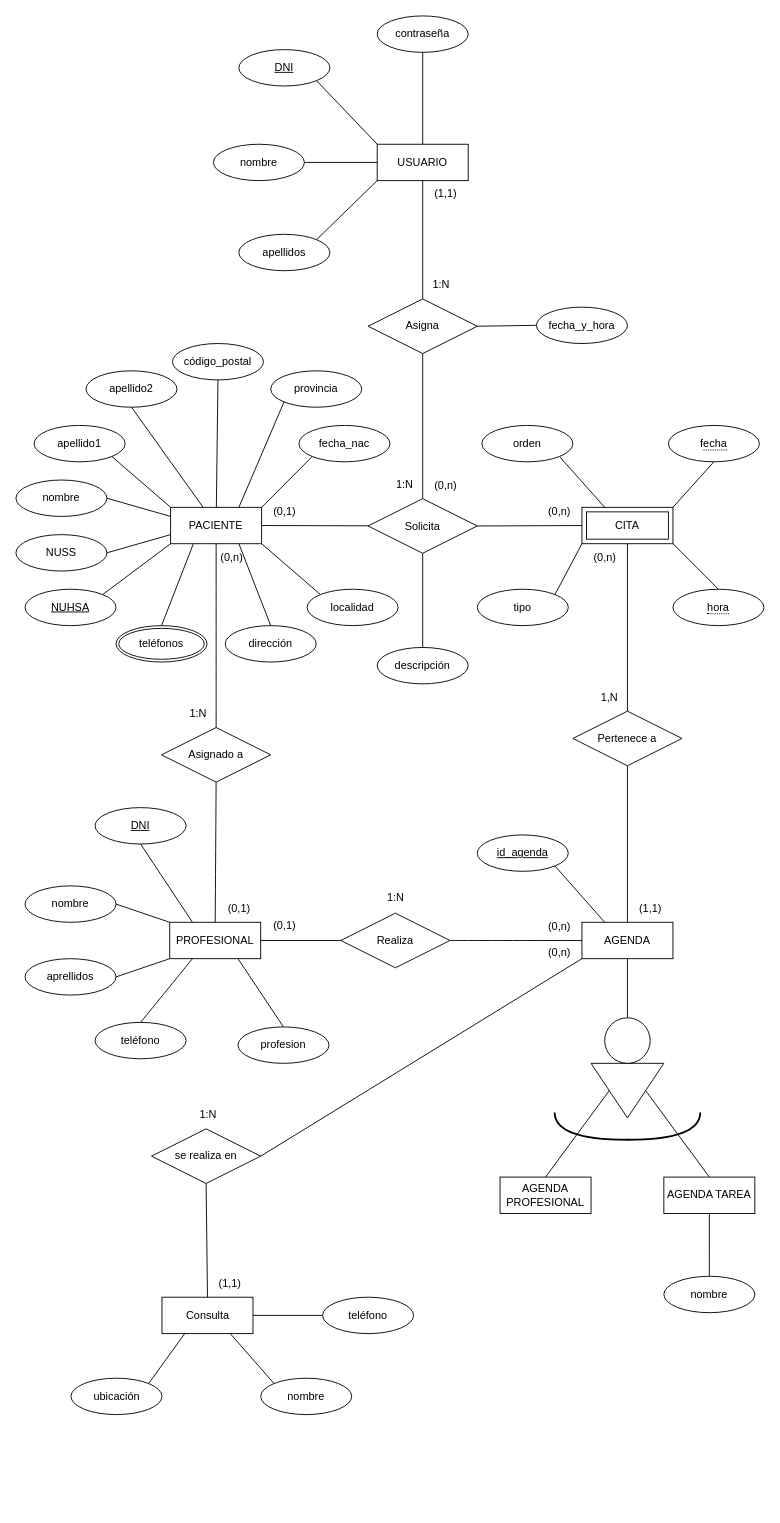
Before: CitasAP_ER2.drawio in mariopr25/CitasAP-ER, a draw.io diagram. Source tidied: cells renumbered, new cells numbered last; positions are measured from the earlier drawing's top-left corner, leaving out a move shared by most shapes. Both pictures are drawn from the tidied source at 91%, with x=0, y=0 at pixel (15, 15).
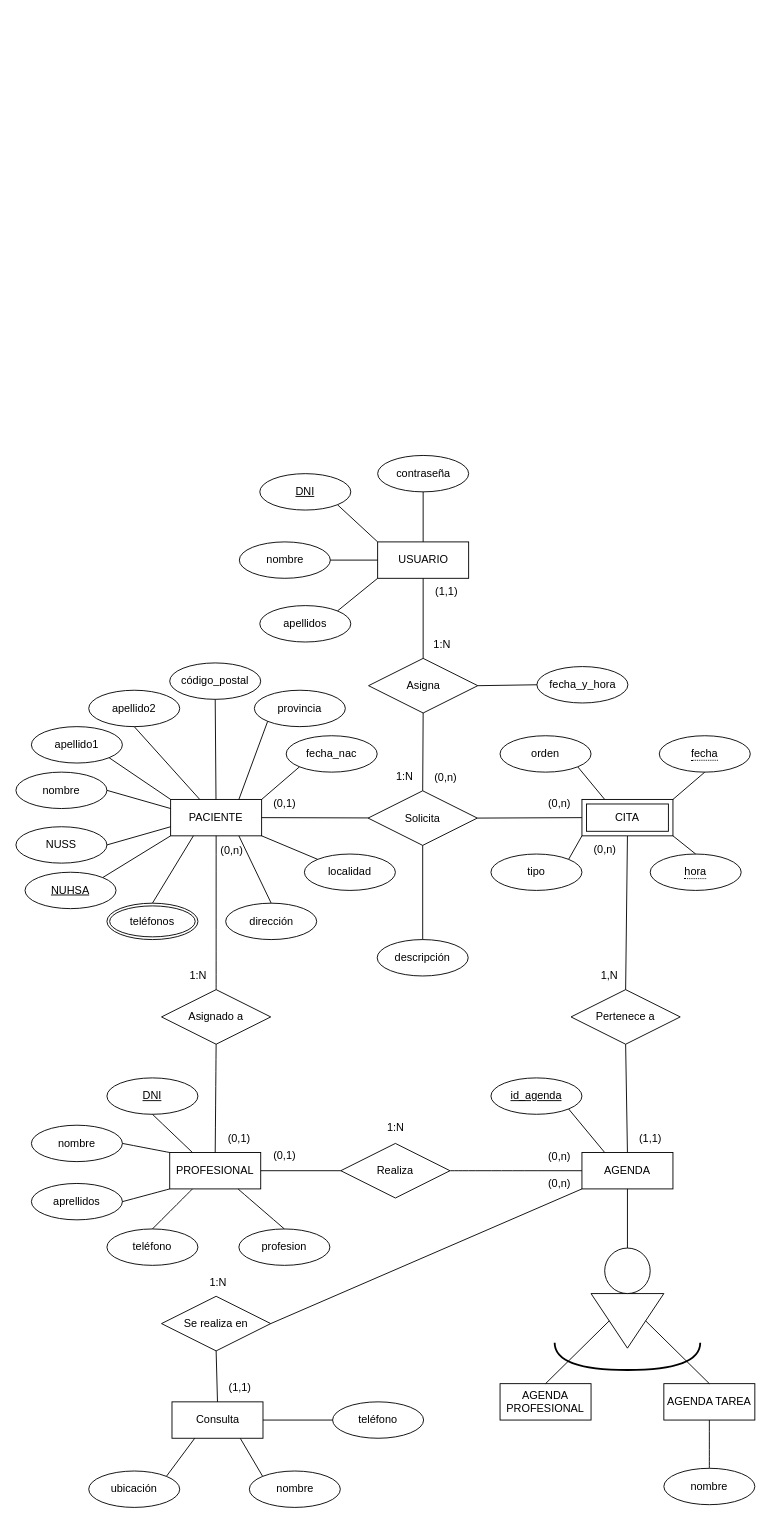
After the change.

Commit message:
Ajustado tamaño para que quepa en A4

What changed in the source:
```diff
@@
     <mxCell id="2" value="PACIENTE" style="whiteSpace=wrap;html=1;align=center;" parent="1" vertex="1">
-      <mxGeometry x="170" y="540" width="100" height="40" as="geometry" />
+      <mxGeometry x="170" y="861" width="100" height="40" as="geometry" />
     </mxCell>
     <mxCell id="3" value="&lt;div&gt;Solicita&lt;/div&gt;" style="shape=rhombus;perimeter=rhombusPerimeter;whiteSpace=wrap;html=1;align=center;" parent="1" vertex="1">
-      <mxGeometry x="387" y="530.5" width="120" height="60" as="geometry" />
+      <mxGeometry x="387" y="851.5" width="120" height="60" as="geometry" />
     </mxCell>
@@
     <mxCell id="6" value="&lt;div&gt;descripción&lt;/div&gt;" style="ellipse;whiteSpace=wrap;html=1;align=center;" parent="1" vertex="1">
-      <mxGeometry x="397" y="694" width="100" height="40" as="geometry" />
+      <mxGeometry x="397" y="1015" width="100" height="40" as="geometry" />
     </mxCell>
@@
     <mxCell id="8" value="(0,1)" style="text;html=1;align=center;verticalAlign=middle;strokeColor=none;fillColor=none;" parent="1" vertex="1">
-      <mxGeometry x="270" y="530" width="50" height="30" as="geometry" />
+      <mxGeometry x="270" y="851" width="50" height="30" as="geometry" />
     </mxCell>
     <mxCell id="9" value="(0,n)" style="text;html=1;align=center;verticalAlign=middle;strokeColor=none;fillColor=none;" parent="1" vertex="1">
-      <mxGeometry x="572" y="530" width="50" height="30" as="geometry" />
+      <mxGeometry x="572" y="851" width="50" height="30" as="geometry" />
     </mxCell>
     <mxCell id="10" value="1:N" style="text;html=1;align=center;verticalAlign=middle;strokeColor=none;fillColor=none;" parent="1" vertex="1">
-      <mxGeometry x="407" y="500" width="40" height="30" as="geometry" />
+      <mxGeometry x="407" y="821" width="40" height="30" as="geometry" />
     </mxCell>
     <mxCell id="11" value="Pertenece a" style="shape=rhombus;perimeter=rhombusPerimeter;whiteSpace=wrap;html=1;align=center;direction=west;" parent="1" vertex="1">
-      <mxGeometry x="612" y="764" width="120" height="60" as="geometry" />
+      <mxGeometry x="610" y="1070" width="120" height="60" as="geometry" />
     </mxCell>
@@
     <mxCell id="14" value="&lt;div&gt;NUHSA&lt;/div&gt;" style="ellipse;whiteSpace=wrap;html=1;align=center;fontStyle=4;" parent="1" vertex="1">
-      <mxGeometry x="10" y="630" width="100" height="40" as="geometry" />
+      <mxGeometry x="10" y="941" width="100" height="40" as="geometry" />
     </mxCell>
     <mxCell id="15" value="&lt;div&gt;NUSS&lt;/div&gt;" style="ellipse;whiteSpace=wrap;html=1;align=center;" parent="1" vertex="1">
-      <mxGeometry y="570" width="100" height="40" as="geometry" />
+      <mxGeometry y="891" width="100" height="40" as="geometry" />
     </mxCell>
@@
     <mxCell id="17" style="endArrow=none;html=1;rounded=0;exitX=1;exitY=0.5;exitDx=0;exitDy=0;" parent="1" edge="1" source="15">
       <mxGeometry relative="1" as="geometry">
-        <mxPoint x="170" y="570" as="targetPoint" />
+        <mxPoint x="170" y="891" as="targetPoint" />
       </mxGeometry>
     </mxCell>
     <mxCell id="18" value="nombre" style="ellipse;whiteSpace=wrap;html=1;align=center;" parent="1" vertex="1">
-      <mxGeometry y="510" width="100" height="40" as="geometry" />
+      <mxGeometry y="831" width="100" height="40" as="geometry" />
     </mxCell>
     <mxCell id="19" value="apellido1" style="ellipse;whiteSpace=wrap;html=1;align=center;" parent="1" vertex="1">
-      <mxGeometry x="20" y="450" width="100" height="40" as="geometry" />
+      <mxGeometry x="17" y="781" width="100" height="40" as="geometry" />
     </mxCell>
     <mxCell id="20" value="&lt;div&gt;apellido2&lt;/div&gt;" style="ellipse;whiteSpace=wrap;html=1;align=center;" parent="1" vertex="1">
-      <mxGeometry x="77" y="390" width="100" height="40" as="geometry" />
+      <mxGeometry x="80" y="741" width="100" height="40" as="geometry" />
     </mxCell>
     <mxCell id="21" style="endArrow=none;html=1;rounded=0;exitX=1;exitY=0.5;exitDx=0;exitDy=0;" parent="1" edge="1" source="18">
       <mxGeometry relative="1" as="geometry">
-        <mxPoint x="170" y="550" as="targetPoint" />
+        <mxPoint x="170" y="871" as="targetPoint" />
       </mxGeometry>
     </mxCell>
@@
     <mxCell id="24" value="teléfonos" style="ellipse;shape=doubleEllipse;margin=3;whiteSpace=wrap;html=1;align=center;" parent="1" vertex="1">
-      <mxGeometry x="110" y="670" width="100" height="40" as="geometry" />
+      <mxGeometry x="100" y="975" width="100" height="40" as="geometry" />
     </mxCell>
@@
     <mxCell id="26" value="dirección" style="ellipse;whiteSpace=wrap;html=1;align=center;" parent="1" vertex="1">
-      <mxGeometry x="230" y="670" width="100" height="40" as="geometry" />
+      <mxGeometry x="230.5" y="975" width="100" height="40" as="geometry" />
     </mxCell>
     <mxCell id="27" value="código_postal" style="ellipse;whiteSpace=wrap;html=1;align=center;" parent="1" vertex="1">
-      <mxGeometry x="172" y="360" width="100" height="40" as="geometry" />
+      <mxGeometry x="169" y="711" width="100" height="40" as="geometry" />
     </mxCell>
     <mxCell id="28" value="&lt;div&gt;localidad&lt;/div&gt;" style="ellipse;whiteSpace=wrap;html=1;align=center;" parent="1" vertex="1">
-      <mxGeometry x="320" y="630" width="100" height="40" as="geometry" />
+      <mxGeometry x="317" y="921" width="100" height="40" as="geometry" />
     </mxCell>
     <mxCell id="29" value="provincia" style="ellipse;whiteSpace=wrap;html=1;align=center;" parent="1" vertex="1">
-      <mxGeometry x="280" y="390" width="100" height="40" as="geometry" />
+      <mxGeometry x="262" y="741" width="100" height="40" as="geometry" />
     </mxCell>
@@
     <mxCell id="34" value="tipo" style="ellipse;whiteSpace=wrap;html=1;align=center;direction=west;" parent="1" vertex="1">
-      <mxGeometry x="507" y="630" width="100" height="40" as="geometry" />
+      <mxGeometry x="522" y="921" width="100" height="40" as="geometry" />
     </mxCell>
     <mxCell id="35" value="&lt;span style=&quot;border-bottom: 1px dotted&quot;&gt;hora&lt;/span&gt;" style="ellipse;whiteSpace=wrap;html=1;align=center;" parent="1" vertex="1">
-      <mxGeometry x="722" y="630" width="100" height="40" as="geometry" />
+      <mxGeometry x="697" y="921" width="100" height="40" as="geometry" />
     </mxCell>
     <mxCell id="36" value="CITA" style="shape=ext;margin=3;double=1;whiteSpace=wrap;html=1;align=center;" parent="1" vertex="1">
-      <mxGeometry x="622" y="540" width="100" height="40" as="geometry" />
+      <mxGeometry x="622" y="861" width="100" height="40" as="geometry" />
     </mxCell>
     <mxCell id="37" value="&lt;div&gt;AGENDA&lt;/div&gt;" style="whiteSpace=wrap;html=1;align=center;" parent="1" vertex="1">
-      <mxGeometry x="622" y="996" width="100" height="40" as="geometry" />
+      <mxGeometry x="622" y="1249" width="100" height="40" as="geometry" />
     </mxCell>
     <mxCell id="38" value="(0,n)" style="text;html=1;align=center;verticalAlign=middle;strokeColor=none;fillColor=none;" parent="1" vertex="1">
-      <mxGeometry x="622" y="580" width="50" height="30" as="geometry" />
+      <mxGeometry x="622" y="901" width="50" height="30" as="geometry" />
     </mxCell>
     <mxCell id="39" value="&lt;span style=&quot;border-bottom: 1px dotted&quot;&gt;fecha&lt;/span&gt;" style="ellipse;whiteSpace=wrap;html=1;align=center;" parent="1" vertex="1">
-      <mxGeometry x="717" y="450" width="100" height="40" as="geometry" />
+      <mxGeometry x="707" y="791" width="100" height="40" as="geometry" />
     </mxCell>
@@
     <mxCell id="43" value="1,N" style="text;html=1;align=center;verticalAlign=middle;strokeColor=none;fillColor=none;" parent="1" vertex="1">
-      <mxGeometry x="632" y="734" width="40" height="30" as="geometry" />
+      <mxGeometry x="632" y="1040" width="40" height="30" as="geometry" />
     </mxCell>
@@
     <mxCell id="45" value="orden" style="ellipse;whiteSpace=wrap;html=1;align=center;" parent="1" vertex="1">
-      <mxGeometry x="512" y="450" width="100" height="40" as="geometry" />
+      <mxGeometry x="532" y="791" width="100" height="40" as="geometry" />
     </mxCell>
     <mxCell id="46" value="(1,1)" style="text;html=1;align=center;verticalAlign=middle;strokeColor=none;fillColor=none;" parent="1" vertex="1">
-      <mxGeometry x="672" y="966" width="50" height="30" as="geometry" />
+      <mxGeometry x="672" y="1219" width="50" height="30" as="geometry" />
     </mxCell>
     <mxCell id="47" style="triangle;whiteSpace=wrap;html=1;direction=south;" parent="1" vertex="1">
-      <mxGeometry x="632" y="1151" width="80" height="60" as="geometry" />
+      <mxGeometry x="632" y="1404" width="80" height="60" as="geometry" />
     </mxCell>
@@
     <mxCell id="49" value="AGENDA PROFESIONAL" style="whiteSpace=wrap;html=1;align=center;" parent="1" vertex="1">
-      <mxGeometry x="532" y="1276" width="100" height="40" as="geometry" />
+      <mxGeometry x="532" y="1503" width="100" height="40" as="geometry" />
     </mxCell>
     <mxCell id="50" value="AGENDA TAREA" style="whiteSpace=wrap;html=1;align=center;" parent="1" vertex="1">
-      <mxGeometry x="712" y="1276" width="100" height="40" as="geometry" />
+      <mxGeometry x="712" y="1503" width="100" height="40" as="geometry" />
     </mxCell>
@@
     <mxCell id="53" style="endArrow=none;html=1;rounded=0;edgeStyle=orthogonalEdgeStyle;curved=1;strokeWidth=2;" parent="1" edge="1">
       <mxGeometry relative="1" as="geometry">
-        <mxPoint x="592" y="1205" as="sourcePoint" />
-        <mxPoint x="752" y="1205" as="targetPoint" />
+        <mxPoint x="592" y="1458" as="sourcePoint" />
+        <mxPoint x="752" y="1458" as="targetPoint" />
         <Array as="points">
-          <mxPoint x="592" y="1235" />
-          <mxPoint x="752" y="1235" />
+          <mxPoint x="592" y="1488" />
+          <mxPoint x="752" y="1488" />
         </Array>
       </mxGeometry>
     </mxCell>
     <mxCell id="54" value="PROFESIONAL" style="whiteSpace=wrap;html=1;align=center;" parent="1" vertex="1">
-      <mxGeometry x="169" y="996" width="100" height="40" as="geometry" />
+      <mxGeometry x="169" y="1249" width="100" height="40" as="geometry" />
     </mxCell>
@@
     <mxCell id="56" value="&lt;div&gt;nombre&lt;/div&gt;" style="ellipse;whiteSpace=wrap;html=1;align=center;" parent="1" vertex="1">
-      <mxGeometry x="10" y="956" width="100" height="40" as="geometry" />
+      <mxGeometry x="17" y="1219" width="100" height="40" as="geometry" />
     </mxCell>
     <mxCell id="57" value="aprellidos" style="ellipse;whiteSpace=wrap;html=1;align=center;" parent="1" vertex="1">
-      <mxGeometry x="10" y="1036" width="100" height="40" as="geometry" />
+      <mxGeometry x="17" y="1283" width="100" height="40" as="geometry" />
     </mxCell>
     <mxCell id="58" value="teléfono" style="ellipse;whiteSpace=wrap;html=1;align=center;" parent="1" vertex="1">
-      <mxGeometry x="87" y="1106" width="100" height="40" as="geometry" />
+      <mxGeometry x="100" y="1333" width="100" height="40" as="geometry" />
     </mxCell>
     <mxCell id="59" value="profesion" style="ellipse;whiteSpace=wrap;html=1;align=center;" parent="1" vertex="1">
-      <mxGeometry x="244" y="1111" width="100" height="40" as="geometry" />
+      <mxGeometry x="245" y="1333" width="100" height="40" as="geometry" />
     </mxCell>
@@
     <mxCell id="64" value="&lt;u&gt;DNI&lt;/u&gt;" style="ellipse;whiteSpace=wrap;html=1;align=center;" parent="1" vertex="1">
-      <mxGeometry x="87" y="870" width="100" height="40" as="geometry" />
+      <mxGeometry x="100" y="1167" width="100" height="40" as="geometry" />
     </mxCell>
@@
     <mxCell id="66" value="Realiza" style="shape=rhombus;perimeter=rhombusPerimeter;whiteSpace=wrap;html=1;align=center;" parent="1" vertex="1">
-      <mxGeometry x="357" y="986" width="120" height="60" as="geometry" />
+      <mxGeometry x="357" y="1239" width="120" height="60" as="geometry" />
     </mxCell>
@@
     <mxCell id="68" value="Asignado a" style="shape=rhombus;perimeter=rhombusPerimeter;whiteSpace=wrap;html=1;align=center;" parent="1" vertex="1">
-      <mxGeometry x="160" y="782" width="120" height="60" as="geometry" />
+      <mxGeometry x="160" y="1070" width="120" height="60" as="geometry" />
     </mxCell>
@@
     <mxCell id="71" value="nombre" style="ellipse;whiteSpace=wrap;html=1;align=center;" parent="1" vertex="1">
-      <mxGeometry x="712" y="1385" width="100" height="40" as="geometry" />
+      <mxGeometry x="712" y="1596" width="100" height="40" as="geometry" />
     </mxCell>
@@
     <mxCell id="73" value="(0,n)" style="text;html=1;align=center;verticalAlign=middle;strokeColor=none;fillColor=none;" parent="1" vertex="1">
-      <mxGeometry x="212" y="581" width="50" height="30" as="geometry" />
+      <mxGeometry x="212" y="902" width="50" height="30" as="geometry" />
     </mxCell>
     <mxCell id="74" value="(0,1)" style="text;html=1;align=center;verticalAlign=middle;strokeColor=none;fillColor=none;" parent="1" vertex="1">
-      <mxGeometry x="220" y="966" width="50" height="30" as="geometry" />
+      <mxGeometry x="220" y="1219" width="50" height="30" as="geometry" />
     </mxCell>
     <mxCell id="75" value="1:N" style="text;html=1;align=center;verticalAlign=middle;strokeColor=none;fillColor=none;" parent="1" vertex="1">
-      <mxGeometry x="180" y="752" width="40" height="30" as="geometry" />
+      <mxGeometry x="180" y="1040" width="40" height="30" as="geometry" />
     </mxCell>
     <mxCell id="76" value="(0,1)" style="text;html=1;align=center;verticalAlign=middle;strokeColor=none;fillColor=none;" parent="1" vertex="1">
-      <mxGeometry x="270" y="985" width="50" height="30" as="geometry" />
+      <mxGeometry x="270" y="1238" width="50" height="30" as="geometry" />
     </mxCell>
     <mxCell id="77" value="(0,n)" style="text;html=1;align=center;verticalAlign=middle;strokeColor=none;fillColor=none;" parent="1" vertex="1">
-      <mxGeometry x="572" y="986" width="50" height="30" as="geometry" />
+      <mxGeometry x="572" y="1239" width="50" height="30" as="geometry" />
     </mxCell>
     <mxCell id="78" value="1:N" style="text;html=1;align=center;verticalAlign=middle;strokeColor=none;fillColor=none;" parent="1" vertex="1">
-      <mxGeometry x="397" y="954" width="40" height="30" as="geometry" />
+      <mxGeometry x="397" y="1207" width="40" height="30" as="geometry" />
     </mxCell>
     <mxCell id="79" style="ellipse;whiteSpace=wrap;html=1;" parent="1" vertex="1">
-      <mxGeometry x="647" y="1101" width="50" height="50" as="geometry" />
+      <mxGeometry x="647" y="1354" width="50" height="50" as="geometry" />
     </mxCell>
     <mxCell id="80" value="&lt;div&gt;Consulta&lt;/div&gt;" style="whiteSpace=wrap;html=1;align=center;direction=west;" parent="1" vertex="1">
-      <mxGeometry x="160.5" y="1408" width="100" height="40" as="geometry" />
+      <mxGeometry x="171.5" y="1523" width="100" height="40" as="geometry" />
     </mxCell>
     <mxCell id="81" value="&lt;div&gt;nombre&lt;/div&gt;" style="ellipse;whiteSpace=wrap;html=1;align=center;direction=west;" parent="1" vertex="1">
-      <mxGeometry x="269" y="1497" width="100" height="40" as="geometry" />
+      <mxGeometry x="256.5" y="1599" width="100" height="40" as="geometry" />
     </mxCell>
     <mxCell id="82" value="ubicación" style="ellipse;whiteSpace=wrap;html=1;align=center;direction=west;" parent="1" vertex="1">
-      <mxGeometry x="60.5" y="1497" width="100" height="40" as="geometry" />
+      <mxGeometry x="80" y="1599" width="100" height="40" as="geometry" />
     </mxCell>
@@
-    <mxCell id="85" value="se realiza en" style="shape=rhombus;perimeter=rhombusPerimeter;whiteSpace=wrap;html=1;align=center;direction=west;" parent="1" vertex="1">
-      <mxGeometry x="149" y="1223" width="120" height="60" as="geometry" />
+    <mxCell id="85" value="Se realiza en" style="shape=rhombus;perimeter=rhombusPerimeter;whiteSpace=wrap;html=1;align=center;direction=west;" parent="1" vertex="1">
+      <mxGeometry x="160" y="1407" width="120" height="60" as="geometry" />
     </mxCell>
@@
     <mxCell id="88" value="(0,n)" style="text;html=1;align=center;verticalAlign=middle;strokeColor=none;fillColor=none;" parent="1" vertex="1">
-      <mxGeometry x="572" y="1015" width="50" height="30" as="geometry" />
+      <mxGeometry x="572" y="1268" width="50" height="30" as="geometry" />
     </mxCell>
     <mxCell id="89" value="(1,1)" style="text;html=1;align=center;verticalAlign=middle;strokeColor=none;fillColor=none;" parent="1" vertex="1">
-      <mxGeometry x="210" y="1378" width="50" height="30" as="geometry" />
+      <mxGeometry x="221" y="1493" width="50" height="30" as="geometry" />
     </mxCell>
     <mxCell id="90" value="1:N" style="text;html=1;align=center;verticalAlign=middle;strokeColor=none;fillColor=none;" parent="1" vertex="1">
-      <mxGeometry x="190.5" y="1193" width="40" height="30" as="geometry" />
+      <mxGeometry x="201.5" y="1377" width="40" height="30" as="geometry" />
     </mxCell>
     <mxCell id="91" value="Asigna" style="shape=rhombus;perimeter=rhombusPerimeter;whiteSpace=wrap;html=1;align=center;" parent="1" vertex="1">
-      <mxGeometry x="387" y="311" width="120" height="60" as="geometry" />
+      <mxGeometry x="387.5" y="706" width="120" height="60" as="geometry" />
     </mxCell>
     <mxCell id="92" value="USUARIO" style="whiteSpace=wrap;html=1;align=center;" parent="1" vertex="1">
-      <mxGeometry x="397" y="141" width="100" height="40" as="geometry" />
+      <mxGeometry x="397.5" y="578" width="100" height="40" as="geometry" />
     </mxCell>
@@
-    <mxCell id="94" style="endArrow=none;html=1;rounded=0;exitX=0.5;exitY=1;exitDx=0;exitDy=0;entryX=0.5;entryY=0;entryDx=0;entryDy=0;" parent="1" edge="1" source="91" target="3">
+    <mxCell id="94" style="endArrow=none;html=1;rounded=0;entryX=0.5;entryY=0;entryDx=0;entryDy=0;exitX=0.5;exitY=1;exitDx=0;exitDy=0;" parent="1" edge="1" source="91" target="3">
       <mxGeometry relative="1" as="geometry" />
     </mxCell>
     <mxCell id="95" value="&lt;div&gt;nombre&lt;/div&gt;" style="ellipse;whiteSpace=wrap;html=1;align=center;" parent="1" vertex="1">
-      <mxGeometry x="217" y="141" width="100" height="40" as="geometry" />
+      <mxGeometry x="245.5" y="578" width="100" height="40" as="geometry" />
     </mxCell>
     <mxCell id="96" value="apellidos" style="ellipse;whiteSpace=wrap;html=1;align=center;" parent="1" vertex="1">
-      <mxGeometry x="245" y="240" width="100" height="40" as="geometry" />
+      <mxGeometry x="268" y="648" width="100" height="40" as="geometry" />
     </mxCell>
     <mxCell id="97" value="&lt;u&gt;DNI&lt;/u&gt;" style="ellipse;whiteSpace=wrap;html=1;align=center;" parent="1" vertex="1">
-      <mxGeometry x="245" y="37" width="100" height="40" as="geometry" />
+      <mxGeometry x="268" y="503" width="100" height="40" as="geometry" />
     </mxCell>
     <mxCell id="98" value="contraseña" style="ellipse;whiteSpace=wrap;html=1;align=center;" parent="1" vertex="1">
-      <mxGeometry x="397" width="100" height="40" as="geometry" />
+      <mxGeometry x="397.5" y="483" width="100" height="40" as="geometry" />
     </mxCell>
@@
     <mxCell id="102" value="fecha_nac" style="ellipse;whiteSpace=wrap;html=1;align=center;" parent="1" vertex="1">
-      <mxGeometry x="311" y="450" width="100" height="40" as="geometry" />
+      <mxGeometry x="297" y="791" width="100" height="40" as="geometry" />
     </mxCell>
@@
     <mxCell id="105" value="&lt;u&gt;id_agenda&lt;/u&gt;" style="ellipse;whiteSpace=wrap;html=1;align=center;" parent="1" vertex="1">
-      <mxGeometry x="507" y="900" width="100" height="40" as="geometry" />
+      <mxGeometry x="522" y="1167" width="100" height="40" as="geometry" />
     </mxCell>
@@
     <mxCell id="107" value="fecha_y_hora" style="ellipse;whiteSpace=wrap;html=1;align=center;" parent="1" vertex="1">
-      <mxGeometry x="572" y="320" width="100" height="40" as="geometry" />
+      <mxGeometry x="572.5" y="715" width="100" height="40" as="geometry" />
     </mxCell>
@@
     <mxCell id="109" value="(1,1)" style="text;html=1;align=center;verticalAlign=middle;strokeColor=none;fillColor=none;" parent="1" vertex="1">
-      <mxGeometry x="447" y="181" width="50" height="30" as="geometry" />
+      <mxGeometry x="447.5" y="618" width="50" height="30" as="geometry" />
     </mxCell>
     <mxCell id="110" value="(0,n)" style="text;html=1;align=center;verticalAlign=middle;strokeColor=none;fillColor=none;" parent="1" vertex="1">
-      <mxGeometry x="447" y="500.5" width="50" height="30" as="geometry" />
+      <mxGeometry x="447" y="821.5" width="50" height="30" as="geometry" />
     </mxCell>
     <mxCell id="111" value="1:N" style="text;html=1;align=center;verticalAlign=middle;strokeColor=none;fillColor=none;" parent="1" vertex="1">
-      <mxGeometry x="447" y="281" width="40" height="30" as="geometry" />
+      <mxGeometry x="447.5" y="676" width="40" height="30" as="geometry" />
     </mxCell>
     <mxCell id="112" value="teléfono" style="ellipse;whiteSpace=wrap;html=1;align=center;" parent="1" vertex="1">
-      <mxGeometry x="337" y="1408" width="100" height="40" as="geometry" />
+      <mxGeometry x="348" y="1523" width="100" height="40" as="geometry" />
     </mxCell>
@@
+    <mxCell id="114" style="edgeStyle=orthogonalEdgeStyle;rounded=0;orthogonalLoop=1;jettySize=auto;html=1;exitX=0.5;exitY=1;exitDx=0;exitDy=0;" parent="1" edge="1" source="24" target="24">
+      <mxGeometry relative="1" as="geometry" />
+    </mxCell>
```
